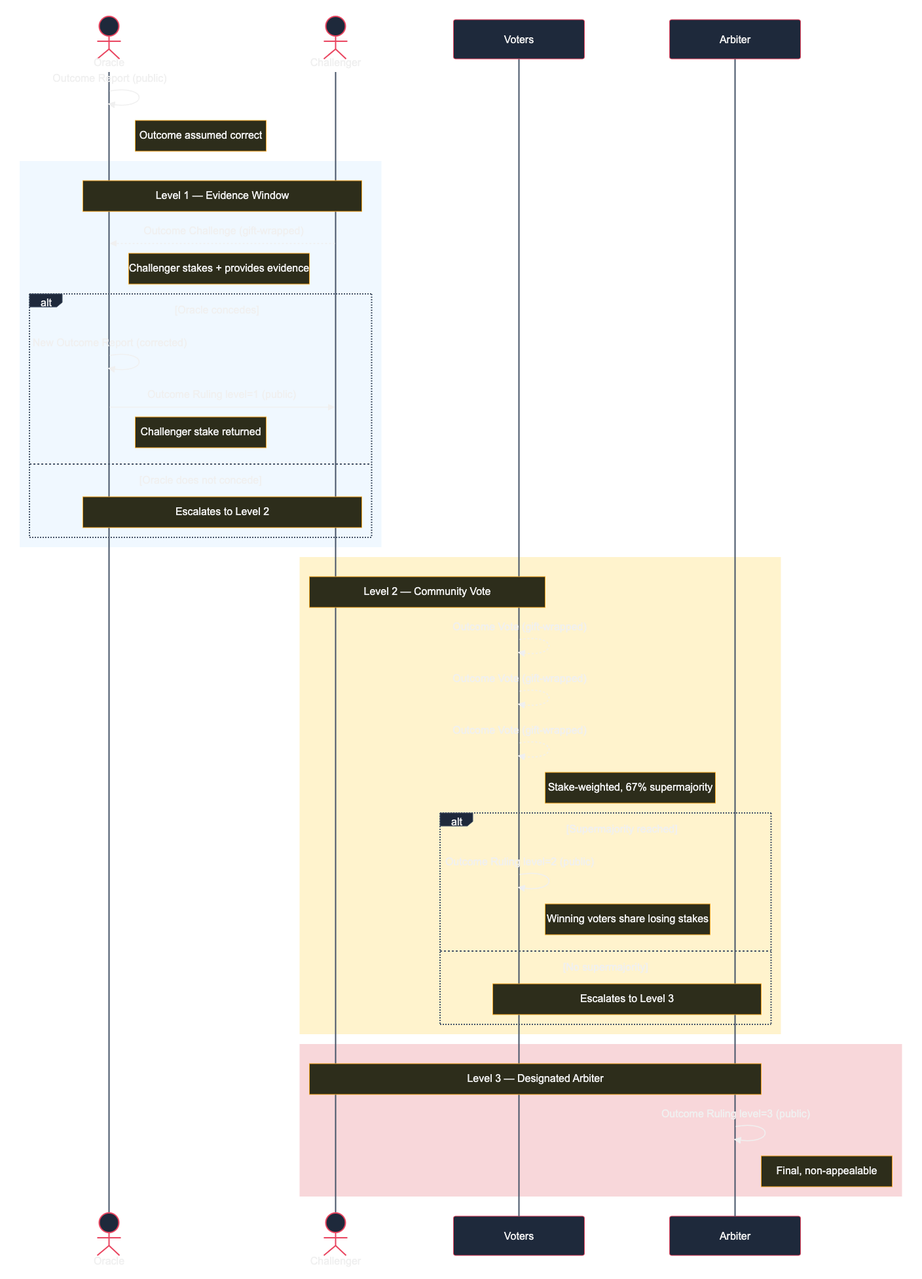
Before: images/oracle-2.png, a diagram exported from Mermaid (forgesworn/nip-drafts). Its source is kept beside it as images/oracle-2.mmd.
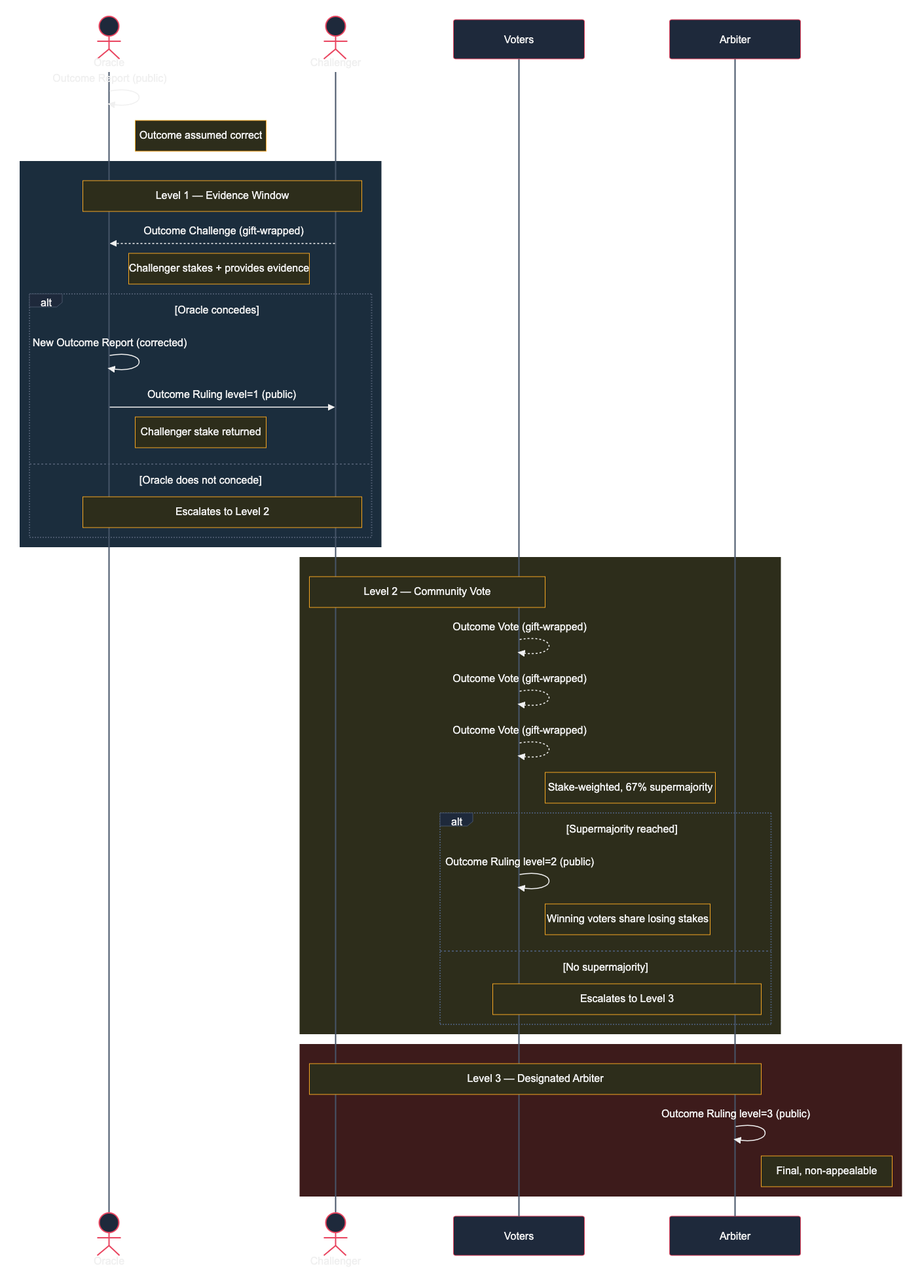
After the change.

What changed in the source:
```diff
@@ -7,7 +7,7 @@
     O->>O: Outcome Report (public)
     Note right of O: Outcome assumed correct
 
-    rect rgb(240, 248, 255)
+    rect rgb(27, 45, 61)
         Note over O,C: Level 1 — Evidence Window
         C-->>O: Outcome Challenge (gift-wrapped)
         Note left of C: Challenger stakes + provides evidence
@@ -21,7 +21,7 @@
         end
     end
 
-    rect rgb(255, 243, 205)
+    rect rgb(45, 45, 27)
         Note over C,V: Level 2 — Community Vote
         V-->>V: Outcome Vote (gift-wrapped)
         V-->>V: Outcome Vote (gift-wrapped)
@@ -36,7 +36,7 @@
         end
     end
 
-    rect rgb(248, 215, 218)
+    rect rgb(61, 27, 27)
         Note over C,A: Level 3 — Designated Arbiter
         A->>A: Outcome Ruling level=3 (public)
         Note right of A: Final, non-appealable
```
